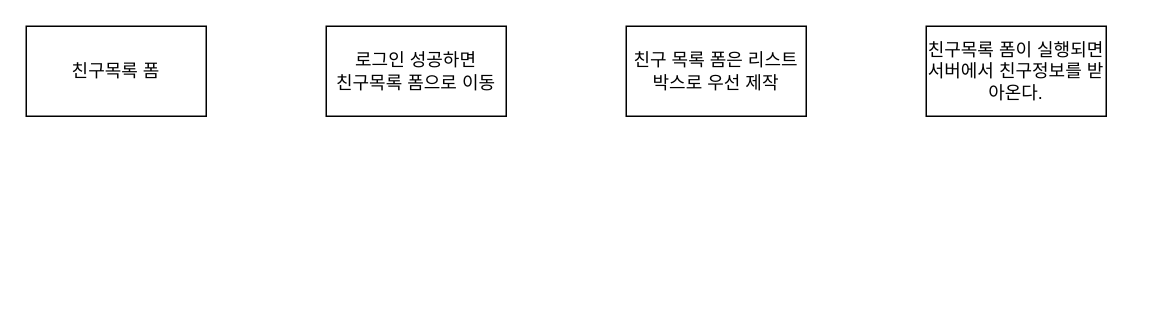
Hyunmin-Kwak-hub/neighbor21 keeps this draw.io diagram as 친구목록.drawio. Above is the earlier version. Source tidied: cells renumbered, new cells numbered last; positions are measured from the earlier drawing's top-left corner, leaving out a move shared by most shapes. Both pictures are drawn from the tidied source at 150%, with x=0, y=0 at pixel (26, 26).
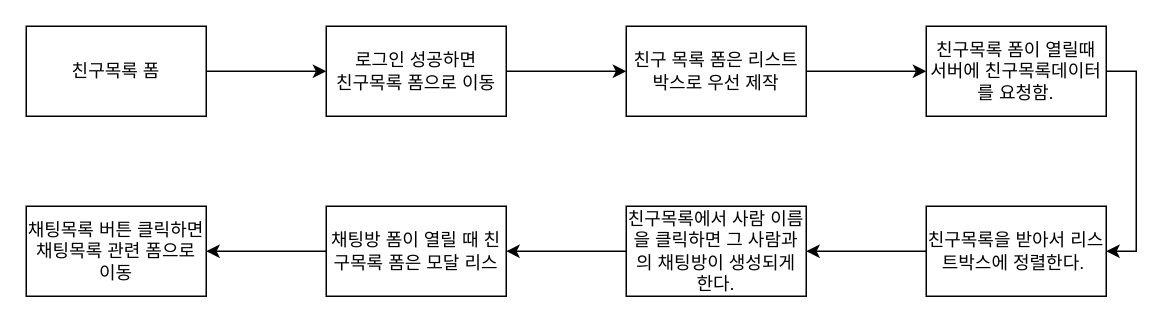
Above is the later version.

Commit message:
친구목록.drawio 업데이트

What changed in the source:
```diff
@@
 <mxGraphModel>
   <root>
     <mxCell id="0" />
     <mxCell id="1" parent="0" />
+    <mxCell id="6" style="edgeStyle=orthogonalEdgeStyle;rounded=0;jettySize=auto;html=1;exitX=1;exitY=0.5;exitDx=0;exitDy=0;entryX=0;entryY=0.5;entryDx=0;entryDy=0;" parent="1" edge="1" source="2" target="3">
+      <mxGeometry relative="1" as="geometry" />
+    </mxCell>
     <mxCell id="2" value="친구목록 폼" style="rounded=0;whiteSpace=wrap;html=1;" parent="1" vertex="1">
       <mxGeometry width="120" height="60" as="geometry" />
     </mxCell>
+    <mxCell id="7" style="edgeStyle=orthogonalEdgeStyle;rounded=0;jettySize=auto;html=1;exitX=1;exitY=0.5;exitDx=0;exitDy=0;entryX=0;entryY=0.5;entryDx=0;entryDy=0;" parent="1" edge="1" source="3" target="4">
+      <mxGeometry relative="1" as="geometry" />
+    </mxCell>
     <mxCell id="3" value="로그인 성공하면&lt;div&gt;친구목록 폼으로 이동&lt;/div&gt;" style="rounded=0;whiteSpace=wrap;html=1;" parent="1" vertex="1">
       <mxGeometry x="200" width="120" height="60" as="geometry" />
     </mxCell>
+    <mxCell id="8" style="edgeStyle=orthogonalEdgeStyle;rounded=0;jettySize=auto;html=1;exitX=1;exitY=0.5;exitDx=0;exitDy=0;entryX=0;entryY=0.5;entryDx=0;entryDy=0;" parent="1" edge="1" source="4" target="5">
+      <mxGeometry relative="1" as="geometry" />
+    </mxCell>
     <mxCell id="4" value="친구 목록 폼은 리스트박스로 우선 제작" style="rounded=0;whiteSpace=wrap;html=1;" parent="1" vertex="1">
       <mxGeometry x="400" width="120" height="60" as="geometry" />
     </mxCell>
+    <mxCell id="9" style="edgeStyle=orthogonalEdgeStyle;rounded=0;jettySize=auto;html=1;exitX=1;exitY=0.5;exitDx=0;exitDy=0;entryX=1;entryY=0.5;entryDx=0;entryDy=0;" parent="1" edge="1" source="5" target="11">
+      <mxGeometry relative="1" as="geometry" />
+    </mxCell>
-    <mxCell id="5" value="친구목록 폼이 실행되면 서버에서 친구정보를 받아온다." style="rounded=0;whiteSpace=wrap;html=1;" parent="1" vertex="1">
+    <mxCell id="5" value="친구목록 폼이 열릴때 서버에 친구목록데이터를 요청함." style="rounded=0;whiteSpace=wrap;html=1;" parent="1" vertex="1">
       <mxGeometry x="600" width="120" height="60" as="geometry" />
     </mxCell>
+    <mxCell id="10" style="edgeStyle=orthogonalEdgeStyle;rounded=0;jettySize=auto;html=1;exitX=0;exitY=0.5;exitDx=0;exitDy=0;entryX=1;entryY=0.5;entryDx=0;entryDy=0;" parent="1" edge="1" source="11" target="13">
+      <mxGeometry relative="1" as="geometry" />
+    </mxCell>
+    <mxCell id="11" value="친구목록을 받아서 리스트박스에 정렬한다.&amp;nbsp;" style="rounded=0;whiteSpace=wrap;html=1;" parent="1" vertex="1">
+      <mxGeometry x="600" y="120" width="120" height="60" as="geometry" />
+    </mxCell>
+    <mxCell id="12" style="edgeStyle=orthogonalEdgeStyle;rounded=0;jettySize=auto;html=1;exitX=0;exitY=0.5;exitDx=0;exitDy=0;entryX=1;entryY=0.5;entryDx=0;entryDy=0;" parent="1" edge="1" source="13" target="15">
+      <mxGeometry relative="1" as="geometry" />
+    </mxCell>
+    <mxCell id="13" value="친구목록에서 사람 이름을 클릭하면 그 사람과의 채팅방이 생성되게 한다." style="rounded=0;whiteSpace=wrap;html=1;" parent="1" vertex="1">
+      <mxGeometry x="400" y="120" width="120" height="60" as="geometry" />
+    </mxCell>
+    <mxCell id="14" style="edgeStyle=orthogonalEdgeStyle;rounded=0;jettySize=auto;html=1;exitX=0;exitY=0.5;exitDx=0;exitDy=0;entryX=1;entryY=0.5;entryDx=0;entryDy=0;" parent="1" edge="1" source="15" target="16">
+      <mxGeometry relative="1" as="geometry" />
+    </mxCell>
+    <mxCell id="15" value="채팅방 폼이 열릴 때 친구목록 폼은 모달 리스" style="rounded=0;whiteSpace=wrap;html=1;" parent="1" vertex="1">
+      <mxGeometry x="200" y="120" width="120" height="60" as="geometry" />
+    </mxCell>
+    <mxCell id="16" value="채팅목록 버튼 클릭하면 채팅목록 관련 폼으로 이동" style="rounded=0;whiteSpace=wrap;html=1;" parent="1" vertex="1">
+      <mxGeometry y="120" width="120" height="60" as="geometry" />
+    </mxCell>
   </root>
 </mxGraphModel>
```
